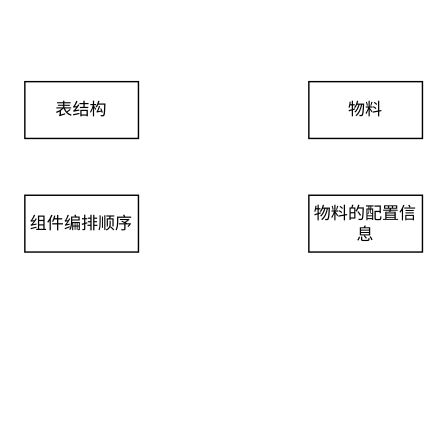
The draw.io diagram draw/lowcode.drawio in BxcGit/draw, before the edit. Source tidied: cells renumbered, new cells numbered last; positions are measured from the earlier drawing's top-left corner, leaving out a move shared by most shapes. Both pictures are drawn from the tidied source at 142%, with x=0, y=0 at pixel (24, 81).
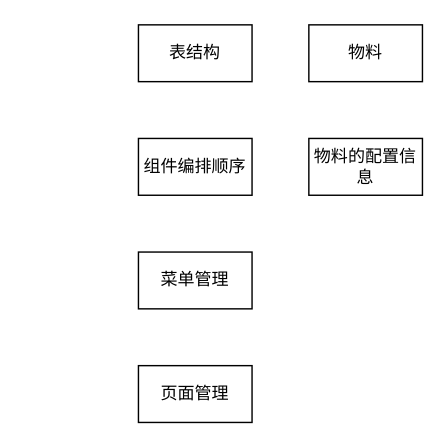
After the change.

Change to the diagram source:
```diff
@@
 <mxGraphModel>
   <root>
     <mxCell id="0" />
     <mxCell id="1" parent="0" />
     <mxCell id="2" value="表结构" style="rounded=0;whiteSpace=wrap;html=1;" parent="1" vertex="1">
-      <mxGeometry width="80" height="40" as="geometry" />
+      <mxGeometry x="80" y="-40" width="80" height="40" as="geometry" />
     </mxCell>
     <mxCell id="3" value="物料" style="rounded=0;whiteSpace=wrap;html=1;" parent="1" vertex="1">
-      <mxGeometry x="200" width="80" height="40" as="geometry" />
+      <mxGeometry x="200" y="-40" width="80" height="40" as="geometry" />
     </mxCell>
     <mxCell id="4" value="组件编排顺序" style="rounded=0;whiteSpace=wrap;html=1;" parent="1" vertex="1">
-      <mxGeometry y="80" width="80" height="40" as="geometry" />
+      <mxGeometry x="80" y="40" width="80" height="40" as="geometry" />
     </mxCell>
     <mxCell id="5" value="物料的配置信息" style="rounded=0;whiteSpace=wrap;html=1;" parent="1" vertex="1">
-      <mxGeometry x="200" y="80" width="80" height="40" as="geometry" />
+      <mxGeometry x="200" y="40" width="80" height="40" as="geometry" />
     </mxCell>
+    <mxCell id="6" value="菜单管理" style="rounded=0;whiteSpace=wrap;html=1;" parent="1" vertex="1">
+      <mxGeometry x="80" y="120" width="80" height="40" as="geometry" />
+    </mxCell>
+    <mxCell id="7" value="页面管理" style="rounded=0;whiteSpace=wrap;html=1;" parent="1" vertex="1">
+      <mxGeometry x="80" y="200" width="80" height="40" as="geometry" />
+    </mxCell>
   </root>
 </mxGraphModel>
```
